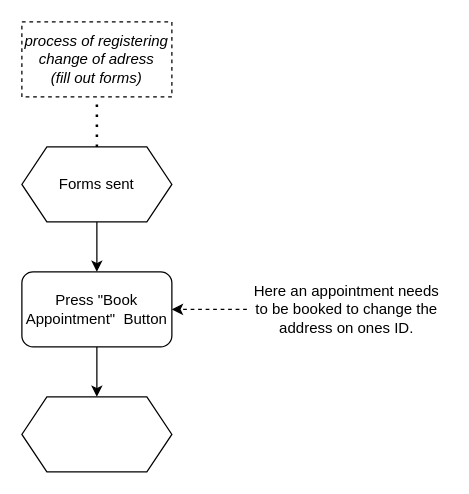
The draw.io diagram processes/book_appointment.drawio in JulianGottfried/ATdIT_Gruppe2, before the edit. Source tidied: cells renumbered, new cells numbered last; positions are measured from the earlier drawing's top-left corner, leaving out a move shared by most shapes. Both pictures are drawn from the tidied source at 125%, with x=0, y=0 at pixel (21, 21).
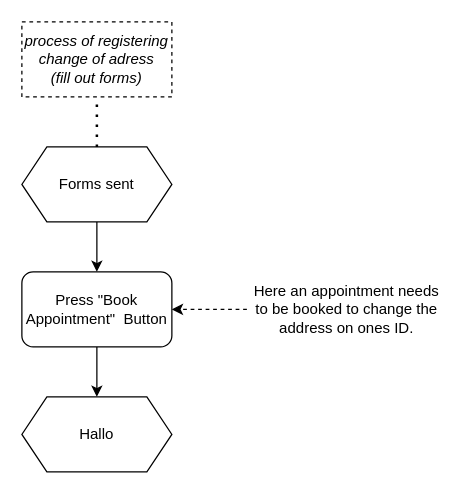
The same page after the edit.

What changed in the source:
```diff
@@
 <mxGraphModel>
   <root>
     <mxCell id="0" />
     <mxCell id="1" parent="0" />
     <mxCell id="2" style="endArrow=none;dashed=1;html=1;dashPattern=1 3;strokeWidth=2;entryX=0.5;entryY=1;entryDx=0;entryDy=0;exitX=0.5;exitY=0;exitDx=0;exitDy=0;" parent="1" edge="1" source="8" target="3">
       <mxGeometry relative="1" as="geometry" />
     </mxCell>
     <mxCell id="3" value="&lt;i&gt;process of registering change of adress&lt;br&gt;(fill out forms)&lt;/i&gt;" style="rounded=0;whiteSpace=wrap;html=1;dashed=1;" parent="1" vertex="1">
       <mxGeometry width="120" height="60" as="geometry" />
     </mxCell>
     <mxCell id="4" value="Here an appointment needs to be booked to change the address on ones ID." style="text;html=1;strokeColor=none;fillColor=none;align=center;verticalAlign=middle;whiteSpace=wrap;rounded=0;dashed=1;" parent="1" vertex="1">
       <mxGeometry x="180" y="220" width="160" height="20" as="geometry" />
     </mxCell>
     <mxCell id="5" style="endArrow=classic;html=1;exitX=0;exitY=0.5;exitDx=0;exitDy=0;entryX=1;entryY=0.5;entryDx=0;entryDy=0;rounded=0;dashed=1;" parent="1" edge="1" source="4" target="7">
       <mxGeometry relative="1" as="geometry" />
     </mxCell>
     <mxCell id="6" style="edgeStyle=orthogonalEdgeStyle;rounded=0;jettySize=auto;html=1;" parent="1" edge="1" source="7" target="10">
       <mxGeometry relative="1" as="geometry" />
     </mxCell>
     <mxCell id="7" value="Press &quot;Book Appointment&quot;&amp;nbsp; Button" style="rounded=1;whiteSpace=wrap;html=1;" parent="1" vertex="1">
       <mxGeometry y="200" width="120" height="60" as="geometry" />
     </mxCell>
     <mxCell id="8" value="Forms sent" style="shape=hexagon;perimeter=hexagonPerimeter2;whiteSpace=wrap;html=1;fixedSize=1;" parent="1" vertex="1">
       <mxGeometry y="100" width="120" height="60" as="geometry" />
     </mxCell>
     <mxCell id="9" style="endArrow=classic;html=1;exitX=0.5;exitY=1;exitDx=0;exitDy=0;entryX=0.5;entryY=0;entryDx=0;entryDy=0;" parent="1" edge="1" source="8" target="7">
       <mxGeometry relative="1" as="geometry" />
     </mxCell>
-    <mxCell id="10" style="shape=hexagon;perimeter=hexagonPerimeter2;whiteSpace=wrap;html=1;fixedSize=1;" parent="1" vertex="1">
+    <mxCell id="10" value="Hallo" style="shape=hexagon;perimeter=hexagonPerimeter2;whiteSpace=wrap;html=1;fixedSize=1;" parent="1" vertex="1">
       <mxGeometry y="300" width="120" height="60" as="geometry" />
     </mxCell>
   </root>
 </mxGraphModel>
```
